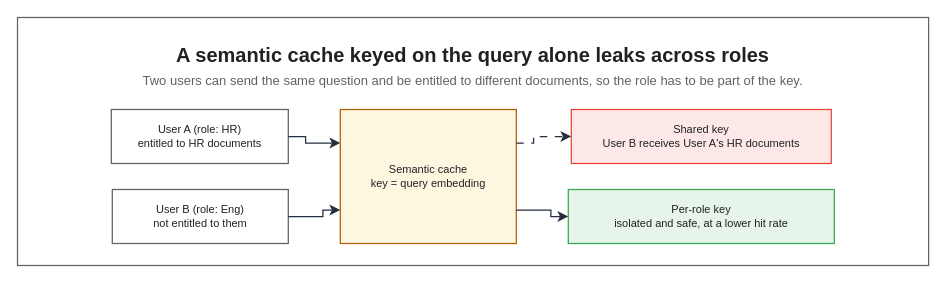
Above: assets/img/ai/rag-05-cache-conflict.drawio in KKamJi98/kkamji98.github.io (draw.io), before the change. Source tidied: cells renumbered, new cells numbered last; positions are measured from the earlier drawing's top-left corner, leaving out a move shared by most shapes. Both pictures are drawn from the tidied source at 100%, with x=0, y=0 at pixel (17, 17).
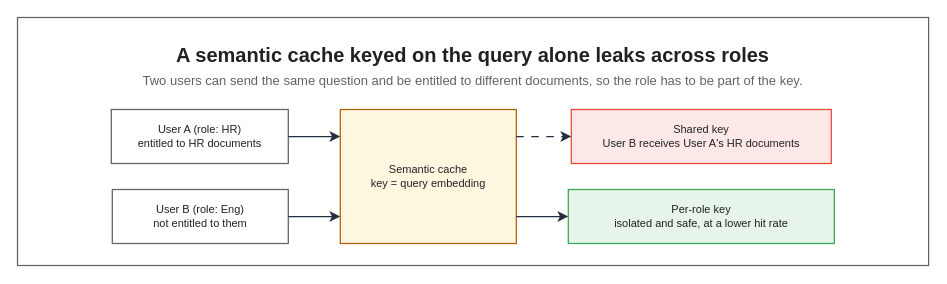
The same diagram, later.

The change refers to these unchanged cells:
```xml
<mxCell id="5" value="User A (role: HR)&#10;entitled to HR documents" style="rounded=0;whiteSpace=wrap;html=0;fillColor=#FFFFFF;strokeColor=#5F6368;fontColor=#202124;fontSize=11;fontStyle=0;align=center;verticalAlign=middle;spacingLeft=6;spacingRight=6;strokeWidth=1.25;" parent="1" vertex="1">
  <mxGeometry x="93.8" y="92" width="177" height="54" as="geometry" />
</mxCell>
<mxCell id="6" value="User B (role: Eng)&#10;not entitled to them" style="rounded=0;whiteSpace=wrap;html=0;fillColor=#FFFFFF;strokeColor=#5F6368;fontColor=#202124;fontSize=11;fontStyle=0;align=center;verticalAlign=middle;spacingLeft=6;spacingRight=6;strokeWidth=1.25;" parent="1" vertex="1">
  <mxGeometry x="94.8" y="172" width="176" height="54" as="geometry" />
</mxCell>
<mxCell id="7" value="Semantic cache&#10;key = query embedding" style="rounded=0;whiteSpace=wrap;html=0;fillColor=#FEF7E0;strokeColor=#B06000;fontColor=#202124;fontSize=11;fontStyle=0;align=center;verticalAlign=middle;spacingLeft=6;spacingRight=6;strokeWidth=1.25;" parent="1" vertex="1">
  <mxGeometry x="322.8" y="92" width="176" height="134" as="geometry" />
</mxCell>
<mxCell id="8" value="Shared key&#10;User B receives User A's HR documents" style="rounded=0;whiteSpace=wrap;html=0;fillColor=#FCE8E6;strokeColor=#EA4335;fontColor=#202124;fontSize=11;fontStyle=0;align=center;verticalAlign=middle;spacingLeft=6;spacingRight=6;strokeWidth=1.25;" parent="1" vertex="1">
  <mxGeometry x="553.8" y="92" width="260" height="54" as="geometry" />
</mxCell>
<mxCell id="9" value="Per-role key&#10;isolated and safe, at a lower hit rate" style="rounded=0;whiteSpace=wrap;html=0;fillColor=#E6F4EA;strokeColor=#34A853;fontColor=#202124;fontSize=11;fontStyle=0;align=center;verticalAlign=middle;spacingLeft=6;spacingRight=6;strokeWidth=1.25;" parent="1" vertex="1">
  <mxGeometry x="550.8" y="172" width="266" height="54" as="geometry" />
</mxCell>
```

Change to the diagram source:
```diff
@@
-    <mxCell id="10" style="edgeStyle=orthogonalEdgeStyle;rounded=0;html=0;strokeColor=#232F3E;strokeWidth=1.25;endArrow=classic;endFill=1;endSize=7;fontSize=11;fontColor=#202124;labelBackgroundColor=none;jettySize=14;exitX=1;exitY=0.5;entryX=0;entryY=0.25;exitDx=0;exitDy=0;entryDx=0;entryDy=0;" parent="1" edge="1" source="5" target="7">
-      <mxGeometry relative="1" as="geometry">
-        <Array as="points">
-          <mxPoint x="288.1" y="119" />
-          <mxPoint x="288.1" y="125.5" />
-        </Array>
-      </mxGeometry>
+    <mxCell id="10" style="edgeStyle=orthogonalEdgeStyle;rounded=0;html=0;strokeColor=#232F3E;strokeWidth=1.25;endArrow=classic;endFill=1;endSize=7;fontSize=11;fontColor=#202124;labelBackgroundColor=none;jettySize=14;exitX=1;exitY=0.5;entryX=0;entryY=0.2015;exitDx=0;exitDy=0;entryDx=0;entryDy=0;" parent="1" edge="1" source="5" target="7">
+      <mxGeometry relative="1" as="geometry" />
     </mxCell>
-    <mxCell id="11" style="edgeStyle=orthogonalEdgeStyle;rounded=0;html=0;strokeColor=#232F3E;strokeWidth=1.25;endArrow=classic;endFill=1;endSize=7;fontSize=11;fontColor=#202124;labelBackgroundColor=none;jettySize=14;exitX=1;exitY=0.5;entryX=0;entryY=0.75;exitDx=0;exitDy=0;entryDx=0;entryDy=0;" parent="1" edge="1" source="6" target="7">
-      <mxGeometry relative="1" as="geometry">
-        <Array as="points">
-          <mxPoint x="305.4" y="199" />
-          <mxPoint x="305.4" y="192.5" />
-        </Array>
-      </mxGeometry>
+    <mxCell id="11" style="edgeStyle=orthogonalEdgeStyle;rounded=0;html=0;strokeColor=#232F3E;strokeWidth=1.25;endArrow=classic;endFill=1;endSize=7;fontSize=11;fontColor=#202124;labelBackgroundColor=none;jettySize=14;exitX=1;exitY=0.5;entryX=0;entryY=0.7985;exitDx=0;exitDy=0;entryDx=0;entryDy=0;" parent="1" edge="1" source="6" target="7">
+      <mxGeometry relative="1" as="geometry" />
     </mxCell>
-    <mxCell id="12" style="edgeStyle=orthogonalEdgeStyle;rounded=0;html=0;strokeColor=#232F3E;strokeWidth=1.25;endArrow=classic;endFill=1;endSize=7;fontSize=11;fontColor=#202124;labelBackgroundColor=none;jettySize=14;dashed=1;dashPattern=6 6;exitX=1;exitY=0.25;entryX=0;entryY=0.5;exitDx=0;exitDy=0;entryDx=0;entryDy=0;" parent="1" edge="1" source="7" target="8">
-      <mxGeometry relative="1" as="geometry">
-        <Array as="points">
-          <mxPoint x="516.1" y="125.5" />
-          <mxPoint x="516.1" y="119" />
-        </Array>
-      </mxGeometry>
+    <mxCell id="12" style="edgeStyle=orthogonalEdgeStyle;rounded=0;html=0;strokeColor=#232F3E;strokeWidth=1.25;endArrow=classic;endFill=1;endSize=7;fontSize=11;fontColor=#202124;labelBackgroundColor=none;jettySize=14;dashed=1;dashPattern=6 6;exitX=1;exitY=0.2015;entryX=0;entryY=0.5;exitDx=0;exitDy=0;entryDx=0;entryDy=0;" parent="1" edge="1" source="7" target="8">
+      <mxGeometry relative="1" as="geometry" />
     </mxCell>
-    <mxCell id="13" style="edgeStyle=orthogonalEdgeStyle;rounded=0;html=0;strokeColor=#232F3E;strokeWidth=1.25;endArrow=classic;endFill=1;endSize=7;fontSize=11;fontColor=#202124;labelBackgroundColor=none;jettySize=14;exitX=1;exitY=0.75;entryX=0;entryY=0.5;exitDx=0;exitDy=0;entryDx=0;entryDy=0;" parent="1" edge="1" source="7" target="9">
-      <mxGeometry relative="1" as="geometry">
-        <Array as="points">
-          <mxPoint x="533.4" y="192.5" />
-          <mxPoint x="533.4" y="199" />
-        </Array>
-      </mxGeometry>
+    <mxCell id="13" style="edgeStyle=orthogonalEdgeStyle;rounded=0;html=0;strokeColor=#232F3E;strokeWidth=1.25;endArrow=classic;endFill=1;endSize=7;fontSize=11;fontColor=#202124;labelBackgroundColor=none;jettySize=14;exitX=1;exitY=0.7985;entryX=0;entryY=0.5;exitDx=0;exitDy=0;entryDx=0;entryDy=0;" parent="1" edge="1" source="7" target="9">
+      <mxGeometry relative="1" as="geometry" />
     </mxCell>
```
